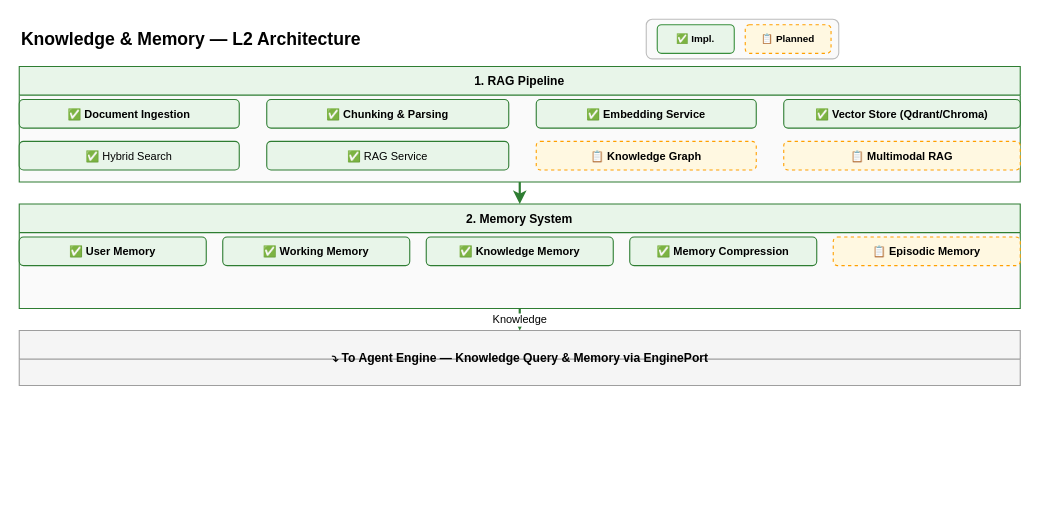
This is docs/design/hardware/knowledge-memory-l2.drawio from xueyufish/hecate, a draw.io file, before an edit. Source tidied: cells renumbered, new cells numbered last; positions are measured from the earlier drawing's top-left corner, leaving out a move shared by most shapes. Both pictures are drawn from the tidied source at 110%, with x=0, y=0 at pixel (19, 19).
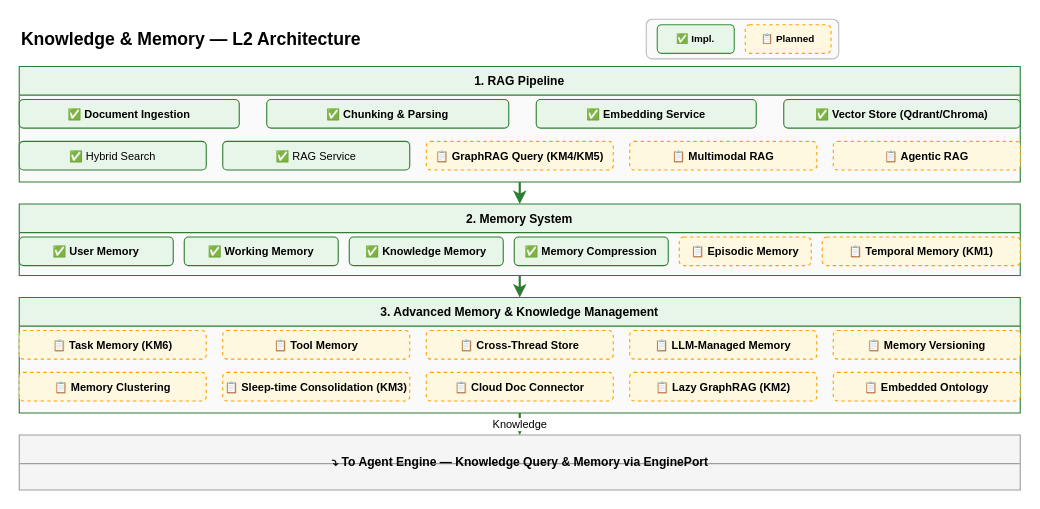
Above is the later version.

The change refers to these unchanged cells:
```xml
<mxCell id="6" value="1. RAG Pipeline" style="swimlane;startSize=26;fillColor=#E8F5E9;strokeColor=#2E7D32;fontSize=11;fontStyle=1;swimlaneFillColor=#FAFAFA;" parent="1" vertex="1">
  <mxGeometry y="43" width="910" height="105" as="geometry" />
</mxCell>
```

Diff of the diagram source:
```diff
@@
     <mxCell id="11" value="✅ Hybrid Search" style="rounded=1;whiteSpace=wrap;html=1;fillColor=#E8F5E9;strokeColor=#2E7D32;fontSize=10;" parent="6" vertex="1">
-      <mxGeometry y="68" width="200" height="26" as="geometry" />
+      <mxGeometry y="68" width="170" height="26" as="geometry" />
     </mxCell>
     <mxCell id="12" value="✅ RAG Service" style="rounded=1;whiteSpace=wrap;html=1;fillColor=#E8F5E9;strokeColor=#2E7D32;fontSize=10;" parent="6" vertex="1">
-      <mxGeometry x="225" y="68" width="220" height="26" as="geometry" />
+      <mxGeometry x="185" y="68" width="170" height="26" as="geometry" />
     </mxCell>
-    <mxCell id="13" value="📋 Knowledge Graph" style="rounded=1;whiteSpace=wrap;html=1;fillColor=#FFF8E1;strokeColor=#FFA000;fontSize=10;fontStyle=1;dashed=1;" parent="6" vertex="1">
-      <mxGeometry x="470" y="68" width="200" height="26" as="geometry" />
-    </mxCell>
+    <mxCell id="25" value="📋 GraphRAG Query (KM4/KM5)" style="rounded=1;whiteSpace=wrap;html=1;fillColor=#FFF8E1;strokeColor=#FFA000;fontSize=10;fontStyle=1;dashed=1;" parent="6" vertex="1">
+      <mxGeometry x="370" y="68" width="170" height="26" as="geometry" />
+    </mxCell>
     <mxCell id="14" value="📋 Multimodal RAG" style="rounded=1;whiteSpace=wrap;html=1;fillColor=#FFF8E1;strokeColor=#FFA000;fontSize=10;fontStyle=1;dashed=1;" parent="6" vertex="1">
-      <mxGeometry x="695" y="68" width="215" height="26" as="geometry" />
+      <mxGeometry x="555" y="68" width="170" height="26" as="geometry" />
     </mxCell>
+    <mxCell id="26" value="📋 Agentic RAG" style="rounded=1;whiteSpace=wrap;html=1;fillColor=#FFF8E1;strokeColor=#FFA000;fontSize=10;fontStyle=1;dashed=1;" parent="6" vertex="1">
+      <mxGeometry x="740" y="68" width="170" height="26" as="geometry" />
+    </mxCell>
     <mxCell id="15" value="2. Memory System" style="swimlane;startSize=26;fillColor=#E8F5E9;strokeColor=#2E7D32;fontSize=11;fontStyle=1;swimlaneFillColor=#FAFAFA;" parent="1" vertex="1">
-      <mxGeometry y="168" width="910" height="95" as="geometry" />
+      <mxGeometry y="168" width="910" height="65" as="geometry" />
     </mxCell>
     <mxCell id="16" value="✅ User Memory" style="rounded=1;whiteSpace=wrap;html=1;fillColor=#E8F5E9;strokeColor=#2E7D32;fontSize=10;fontStyle=1;" parent="15" vertex="1">
-      <mxGeometry y="30" width="170" height="26" as="geometry" />
+      <mxGeometry y="30" width="140" height="26" as="geometry" />
     </mxCell>
     <mxCell id="17" value="✅ Working Memory" style="rounded=1;whiteSpace=wrap;html=1;fillColor=#E8F5E9;strokeColor=#2E7D32;fontSize=10;fontStyle=1;" parent="15" vertex="1">
-      <mxGeometry x="185" y="30" width="170" height="26" as="geometry" />
+      <mxGeometry x="150" y="30" width="140" height="26" as="geometry" />
     </mxCell>
     <mxCell id="18" value="✅ Knowledge Memory" style="rounded=1;whiteSpace=wrap;html=1;fillColor=#E8F5E9;strokeColor=#2E7D32;fontSize=10;fontStyle=1;" parent="15" vertex="1">
-      <mxGeometry x="370" y="30" width="170" height="26" as="geometry" />
+      <mxGeometry x="300" y="30" width="140" height="26" as="geometry" />
     </mxCell>
     <mxCell id="19" value="✅ Memory Compression" style="rounded=1;whiteSpace=wrap;html=1;fillColor=#E8F5E9;strokeColor=#2E7D32;fontSize=10;fontStyle=1;" parent="15" vertex="1">
-      <mxGeometry x="555" y="30" width="170" height="26" as="geometry" />
+      <mxGeometry x="450" y="30" width="140" height="26" as="geometry" />
     </mxCell>
     <mxCell id="20" value="📋 Episodic Memory" style="rounded=1;whiteSpace=wrap;html=1;fillColor=#FFF8E1;strokeColor=#FFA000;fontSize=10;fontStyle=1;dashed=1;" parent="15" vertex="1">
-      <mxGeometry x="740" y="30" width="170" height="26" as="geometry" />
+      <mxGeometry x="600" y="30" width="120" height="26" as="geometry" />
     </mxCell>
+    <mxCell id="27" value="📋 Temporal Memory (KM1)" style="rounded=1;whiteSpace=wrap;html=1;fillColor=#FFF8E1;strokeColor=#FFA000;fontSize=10;fontStyle=1;dashed=1;" parent="15" vertex="1">
+      <mxGeometry x="730" y="30" width="180" height="26" as="geometry" />
+    </mxCell>
-    <mxCell id="21" style="swimlane;startSize=26;fillColor=#F5F5F5;strokeColor=#9E9E9E;fontSize=11;fontStyle=1;swimlaneFillColor=#F5F5F5;" parent="1" vertex="1">
-      <mxGeometry y="283" width="910" height="50" as="geometry" />
+    <mxCell id="21" value="3. Advanced Memory &amp; Knowledge Management" style="swimlane;startSize=26;fillColor=#E8F5E9;strokeColor=#2E7D32;fontSize=11;fontStyle=1;swimlaneFillColor=#FAFAFA;" parent="1" vertex="1">
+      <mxGeometry y="253" width="910" height="105" as="geometry" />
     </mxCell>
+    <mxCell id="28" value="📋 Task Memory (KM6)" style="rounded=1;whiteSpace=wrap;html=1;fillColor=#FFF8E1;strokeColor=#FFA000;fontSize=10;fontStyle=1;dashed=1;" parent="21" vertex="1">
+      <mxGeometry y="30" width="170" height="26" as="geometry" />
+    </mxCell>
+    <mxCell id="29" value="📋 Tool Memory" style="rounded=1;whiteSpace=wrap;html=1;fillColor=#FFF8E1;strokeColor=#FFA000;fontSize=10;fontStyle=1;dashed=1;" parent="21" vertex="1">
+      <mxGeometry x="185" y="30" width="170" height="26" as="geometry" />
+    </mxCell>
+    <mxCell id="30" value="📋 Cross-Thread Store" style="rounded=1;whiteSpace=wrap;html=1;fillColor=#FFF8E1;strokeColor=#FFA000;fontSize=10;fontStyle=1;dashed=1;" parent="21" vertex="1">
+      <mxGeometry x="370" y="30" width="170" height="26" as="geometry" />
+    </mxCell>
+    <mxCell id="31" value="📋 LLM-Managed Memory" style="rounded=1;whiteSpace=wrap;html=1;fillColor=#FFF8E1;strokeColor=#FFA000;fontSize=10;fontStyle=1;dashed=1;" parent="21" vertex="1">
+      <mxGeometry x="555" y="30" width="170" height="26" as="geometry" />
+    </mxCell>
+    <mxCell id="32" value="📋 Memory Versioning" style="rounded=1;whiteSpace=wrap;html=1;fillColor=#FFF8E1;strokeColor=#FFA000;fontSize=10;fontStyle=1;dashed=1;" parent="21" vertex="1">
+      <mxGeometry x="740" y="30" width="170" height="26" as="geometry" />
+    </mxCell>
+    <mxCell id="33" value="📋 Memory Clustering" style="rounded=1;whiteSpace=wrap;html=1;fillColor=#FFF8E1;strokeColor=#FFA000;fontSize=10;fontStyle=1;dashed=1;" parent="21" vertex="1">
+      <mxGeometry y="68" width="170" height="26" as="geometry" />
+    </mxCell>
+    <mxCell id="34" value="📋 Sleep-time Consolidation (KM3)" style="rounded=1;whiteSpace=wrap;html=1;fillColor=#FFF8E1;strokeColor=#FFA000;fontSize=10;fontStyle=1;dashed=1;" parent="21" vertex="1">
+      <mxGeometry x="185" y="68" width="170" height="26" as="geometry" />
+    </mxCell>
+    <mxCell id="35" value="📋 Cloud Doc Connector" style="rounded=1;whiteSpace=wrap;html=1;fillColor=#FFF8E1;strokeColor=#FFA000;fontSize=10;fontStyle=1;dashed=1;" parent="21" vertex="1">
+      <mxGeometry x="370" y="68" width="170" height="26" as="geometry" />
+    </mxCell>
+    <mxCell id="36" value="📋 Lazy GraphRAG (KM2)" style="rounded=1;whiteSpace=wrap;html=1;fillColor=#FFF8E1;strokeColor=#FFA000;fontSize=10;fontStyle=1;dashed=1;" parent="21" vertex="1">
+      <mxGeometry x="555" y="68" width="170" height="26" as="geometry" />
+    </mxCell>
+    <mxCell id="37" value="📋 Embedded Ontology" style="rounded=1;whiteSpace=wrap;html=1;fillColor=#FFF8E1;strokeColor=#FFA000;fontSize=10;fontStyle=1;dashed=1;" parent="21" vertex="1">
+      <mxGeometry x="740" y="68" width="170" height="26" as="geometry" />
+    </mxCell>
+    <mxCell id="38" style="swimlane;startSize=26;fillColor=#F5F5F5;strokeColor=#9E9E9E;fontSize=11;fontStyle=1;swimlaneFillColor=#F5F5F5;" parent="1" vertex="1">
+      <mxGeometry y="378" width="910" height="50" as="geometry" />
+    </mxCell>
-    <mxCell id="22" value="⤵  To Agent Engine — Knowledge Query &amp; Memory via EnginePort" style="text;html=1;fontSize=11;fontStyle=1;align=center;verticalAlign=middle;fillColor=none;strokeColor=none;" parent="21" vertex="1">
+    <mxCell id="22" value="⤵  To Agent Engine — Knowledge Query &amp; Memory via EnginePort" style="text;html=1;fontSize=11;fontStyle=1;align=center;verticalAlign=middle;fillColor=none;strokeColor=none;" parent="38" vertex="1">
       <mxGeometry x="155" y="5" width="600" height="40" as="geometry" />
     </mxCell>
@@
-    <mxCell id="24" value="Knowledge" style="edgeStyle=orthogonalEdgeStyle;rounded=1;jettySize=auto;html=1;strokeColor=#2E7D32;strokeWidth=2;fontSize=10;exitX=0.5;exitY=1;exitDx=0;exitDy=0;entryX=0.5;entryY=0;entryDx=0;entryDy=0;" parent="1" edge="1" source="15" target="21">
+    <mxCell id="24" style="edgeStyle=orthogonalEdgeStyle;rounded=1;jettySize=auto;html=1;strokeColor=#2E7D32;strokeWidth=2;exitX=0.5;exitY=1;exitDx=0;exitDy=0;entryX=0.5;entryY=0;entryDx=0;entryDy=0;" parent="1" edge="1" source="15" target="21">
       <mxGeometry relative="1" as="geometry" />
     </mxCell>
+    <mxCell id="39" value="Knowledge" style="edgeStyle=orthogonalEdgeStyle;rounded=1;jettySize=auto;html=1;strokeColor=#2E7D32;strokeWidth=2;fontSize=10;exitX=0.5;exitY=1;exitDx=0;exitDy=0;entryX=0.5;entryY=0;entryDx=0;entryDy=0;" parent="1" edge="1" source="21" target="38">
+      <mxGeometry relative="1" as="geometry" />
+    </mxCell>
```
